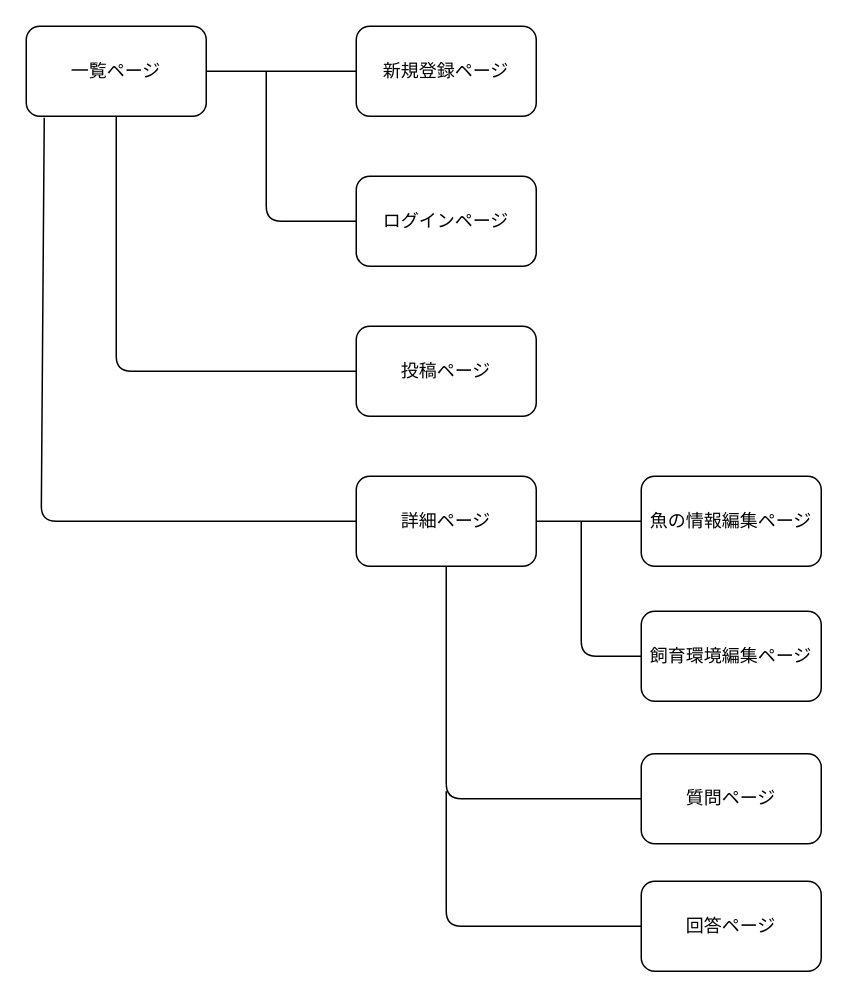
shimitar/fish-breeding keeps this draw.io diagram as page.dio. Above is the earlier version. Source tidied: cells renumbered, new cells numbered last; positions are measured from the earlier drawing's top-left corner, leaving out a move shared by most shapes. Both pictures are drawn from the tidied source at 150%, with x=0, y=0 at pixel (26, 26).
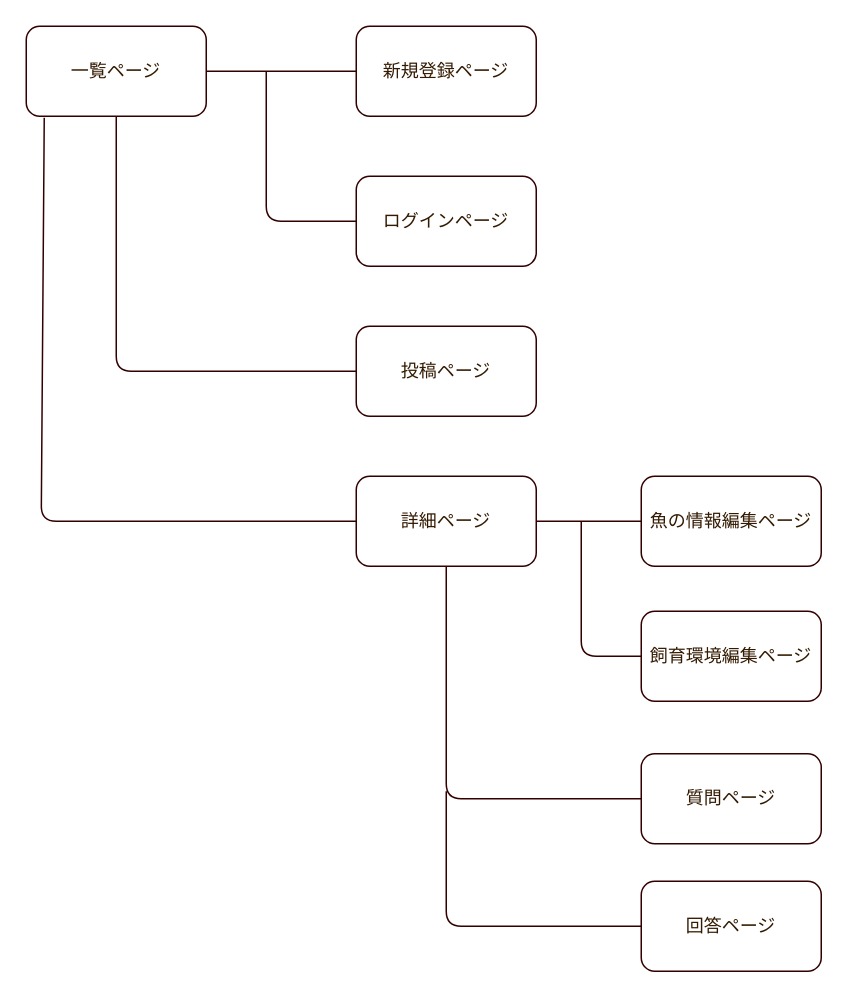
The same diagram, later.

What changed in the source:
```diff
@@
-<mxGraphModel>
+<mxGraphModel background="#ffffff">
@@
-    <mxCell id="2" style="edgeStyle=none;html=1;entryX=0;entryY=0.5;entryDx=0;entryDy=0;endArrow=none;endFill=0;" parent="1" edge="1" source="5" target="6">
+    <mxCell id="2" style="edgeStyle=none;html=1;entryX=0;entryY=0.5;entryDx=0;entryDy=0;endArrow=none;endFill=0;fillColor=none;fontColor=#331A00;strokeColor=#330000;" parent="1" edge="1" source="5" target="6">
       <mxGeometry relative="1" as="geometry">
         <Array as="points">
           <mxPoint x="170" y="30" />
         </Array>
       </mxGeometry>
     </mxCell>
-    <mxCell id="3" style="edgeStyle=none;html=1;exitX=0.5;exitY=1;exitDx=0;exitDy=0;entryX=0;entryY=0.5;entryDx=0;entryDy=0;endArrow=none;endFill=0;" parent="1" edge="1" source="5" target="9">
+    <mxCell id="3" style="edgeStyle=none;html=1;exitX=0.5;exitY=1;exitDx=0;exitDy=0;entryX=0;entryY=0.5;entryDx=0;entryDy=0;endArrow=none;endFill=0;fillColor=none;fontColor=#331A00;strokeColor=#330000;" parent="1" edge="1" source="5" target="9">
       <mxGeometry relative="1" as="geometry">
         <Array as="points">
           <mxPoint x="60" y="230" />
         </Array>
       </mxGeometry>
     </mxCell>
-    <mxCell id="4" style="edgeStyle=none;html=1;entryX=0;entryY=0.5;entryDx=0;entryDy=0;endArrow=none;endFill=0;exitX=0.1;exitY=1.017;exitDx=0;exitDy=0;exitPerimeter=0;" parent="1" edge="1" source="5" target="12">
+    <mxCell id="4" style="edgeStyle=none;html=1;entryX=0;entryY=0.5;entryDx=0;entryDy=0;endArrow=none;endFill=0;exitX=0.1;exitY=1.017;exitDx=0;exitDy=0;exitPerimeter=0;fillColor=none;fontColor=#331A00;strokeColor=#330000;" parent="1" edge="1" source="5" target="12">
       <mxGeometry relative="1" as="geometry">
         <Array as="points">
           <mxPoint x="10" y="330" />
         </Array>
       </mxGeometry>
     </mxCell>
-    <mxCell id="5" value="一覧ページ" style="rounded=1;whiteSpace=wrap;html=1;" parent="1" vertex="1">
+    <mxCell id="5" value="一覧ページ" style="rounded=1;whiteSpace=wrap;html=1;fillColor=none;fontColor=#331A00;strokeColor=#330000;" parent="1" vertex="1">
       <mxGeometry width="120" height="60" as="geometry" />
     </mxCell>
-    <mxCell id="6" value="新規登録ページ" style="rounded=1;whiteSpace=wrap;html=1;" parent="1" vertex="1">
+    <mxCell id="6" value="新規登録ページ" style="rounded=1;whiteSpace=wrap;html=1;fillColor=none;fontColor=#331A00;strokeColor=#330000;" parent="1" vertex="1">
       <mxGeometry x="220" width="120" height="60" as="geometry" />
     </mxCell>
-    <mxCell id="7" style="edgeStyle=none;html=1;endArrow=none;endFill=0;" parent="1" edge="1" source="8">
+    <mxCell id="7" style="edgeStyle=none;html=1;endArrow=none;endFill=0;fillColor=none;fontColor=#331A00;strokeColor=#330000;" parent="1" edge="1" source="8">
       <mxGeometry relative="1" as="geometry">
         <mxPoint x="160" y="30" as="targetPoint" />
         <Array as="points">
           <mxPoint x="160" y="130" />
         </Array>
       </mxGeometry>
     </mxCell>
-    <mxCell id="8" value="ログインページ" style="rounded=1;whiteSpace=wrap;html=1;" parent="1" vertex="1">
+    <mxCell id="8" value="ログインページ" style="rounded=1;whiteSpace=wrap;html=1;fillColor=none;fontColor=#331A00;strokeColor=#330000;" parent="1" vertex="1">
       <mxGeometry x="220" y="100" width="120" height="60" as="geometry" />
     </mxCell>
-    <mxCell id="9" value="投稿ページ" style="rounded=1;whiteSpace=wrap;html=1;" parent="1" vertex="1">
+    <mxCell id="9" value="投稿ページ" style="rounded=1;whiteSpace=wrap;html=1;fillColor=none;fontColor=#331A00;strokeColor=#330000;" parent="1" vertex="1">
       <mxGeometry x="220" y="200" width="120" height="60" as="geometry" />
     </mxCell>
-    <mxCell id="10" style="edgeStyle=none;html=1;entryX=0;entryY=0.5;entryDx=0;entryDy=0;endArrow=none;endFill=0;" parent="1" edge="1" source="12" target="13">
+    <mxCell id="10" style="edgeStyle=none;html=1;entryX=0;entryY=0.5;entryDx=0;entryDy=0;endArrow=none;endFill=0;fillColor=none;fontColor=#331A00;strokeColor=#330000;" parent="1" edge="1" source="12" target="13">
       <mxGeometry relative="1" as="geometry" />
     </mxCell>
-    <mxCell id="11" style="edgeStyle=none;html=1;entryX=0;entryY=0.5;entryDx=0;entryDy=0;endArrow=none;endFill=0;" parent="1" edge="1" source="12" target="15">
+    <mxCell id="11" style="edgeStyle=none;html=1;entryX=0;entryY=0.5;entryDx=0;entryDy=0;endArrow=none;endFill=0;fillColor=none;fontColor=#331A00;strokeColor=#330000;" parent="1" edge="1" source="12" target="15">
       <mxGeometry relative="1" as="geometry">
         <Array as="points">
           <mxPoint x="280" y="515" />
         </Array>
       </mxGeometry>
     </mxCell>
-    <mxCell id="12" value="詳細ページ" style="rounded=1;whiteSpace=wrap;html=1;" parent="1" vertex="1">
+    <mxCell id="12" value="詳細ページ" style="rounded=1;whiteSpace=wrap;html=1;fillColor=none;fontColor=#331A00;strokeColor=#330000;" parent="1" vertex="1">
       <mxGeometry x="220" y="300" width="120" height="60" as="geometry" />
     </mxCell>
-    <mxCell id="13" value="魚の情報編集ページ" style="rounded=1;whiteSpace=wrap;html=1;" parent="1" vertex="1">
+    <mxCell id="13" value="魚の情報編集ページ" style="rounded=1;whiteSpace=wrap;html=1;fillColor=none;fontColor=#331A00;strokeColor=#330000;" parent="1" vertex="1">
       <mxGeometry x="410" y="300" width="120" height="60" as="geometry" />
     </mxCell>
-    <mxCell id="14" style="edgeStyle=none;html=1;exitX=0;exitY=0.5;exitDx=0;exitDy=0;endArrow=none;endFill=0;" parent="1" edge="1" source="18">
+    <mxCell id="14" style="edgeStyle=none;html=1;exitX=0;exitY=0.5;exitDx=0;exitDy=0;endArrow=none;endFill=0;fillColor=none;fontColor=#331A00;strokeColor=#330000;" parent="1" edge="1" source="18">
       <mxGeometry relative="1" as="geometry">
         <mxPoint x="370" y="330" as="targetPoint" />
         <Array as="points">
           <mxPoint x="370" y="420" />
         </Array>
       </mxGeometry>
     </mxCell>
-    <mxCell id="15" value="質問ページ" style="rounded=1;whiteSpace=wrap;html=1;" parent="1" vertex="1">
+    <mxCell id="15" value="質問ページ" style="rounded=1;whiteSpace=wrap;html=1;fillColor=none;fontColor=#331A00;strokeColor=#330000;" parent="1" vertex="1">
       <mxGeometry x="410" y="485" width="120" height="60" as="geometry" />
     </mxCell>
-    <mxCell id="16" style="edgeStyle=none;html=1;endArrow=none;endFill=0;" parent="1" edge="1" source="17">
+    <mxCell id="16" style="edgeStyle=none;html=1;endArrow=none;endFill=0;fillColor=none;fontColor=#331A00;strokeColor=#330000;" parent="1" edge="1" source="17">
       <mxGeometry relative="1" as="geometry">
         <mxPoint x="280" y="510" as="targetPoint" />
         <Array as="points">
           <mxPoint x="280" y="600" />
         </Array>
       </mxGeometry>
     </mxCell>
-    <mxCell id="17" value="回答ページ" style="rounded=1;whiteSpace=wrap;html=1;" parent="1" vertex="1">
+    <mxCell id="17" value="回答ページ" style="rounded=1;whiteSpace=wrap;html=1;fillColor=none;fontColor=#331A00;strokeColor=#330000;" parent="1" vertex="1">
       <mxGeometry x="410" y="570" width="120" height="60" as="geometry" />
     </mxCell>
-    <mxCell id="18" value="飼育環境編集ページ" style="rounded=1;whiteSpace=wrap;html=1;" parent="1" vertex="1">
+    <mxCell id="18" value="飼育環境編集ページ" style="rounded=1;whiteSpace=wrap;html=1;fillColor=none;fontColor=#331A00;strokeColor=#330000;" parent="1" vertex="1">
       <mxGeometry x="410" y="390" width="120" height="60" as="geometry" />
     </mxCell>
```
